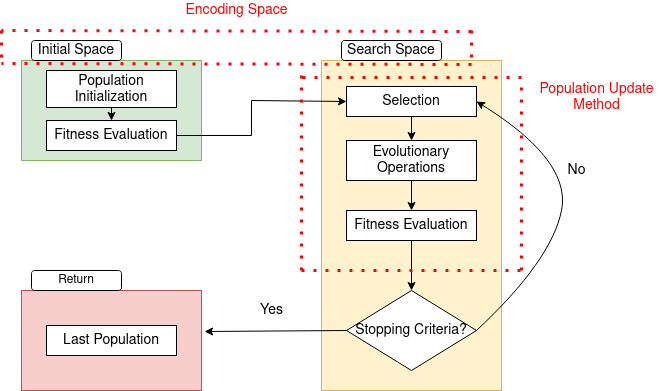
duclos-cavalcanti/tum-msei-seminar keeps this draw.io diagram as paper/evol.png. Above is the earlier version. Source tidied: cells renumbered, new cells last; positions are measured from the earlier drawing's top-left corner, leaving out a move shared by most shapes.
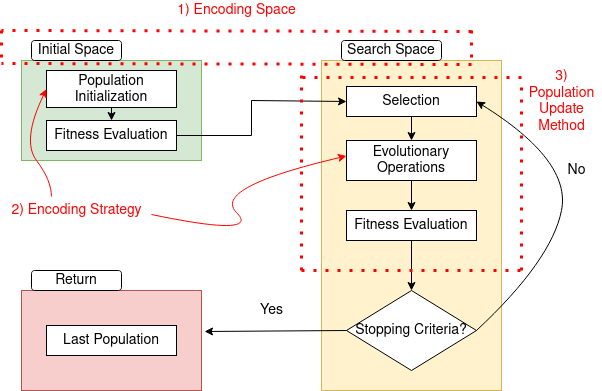
The same file after the commit.

What changed in the source:
```diff
@@ -37,7 +37,7 @@
     <mxCell id="11" value="&lt;font style=&quot;font-size: 14px;&quot;&gt;Search Space&lt;/font&gt;" style="rounded=1;whiteSpace=wrap;html=1;" parent="1" vertex="1">
       <mxGeometry x="340" y="40" width="100" height="20" as="geometry" />
     </mxCell>
-    <mxCell id="12" value="Return" style="rounded=1;whiteSpace=wrap;html=1;" parent="1" vertex="1">
+    <mxCell id="12" value="&lt;font style=&quot;font-size: 14px;&quot;&gt;Return&lt;/font&gt;" style="rounded=1;whiteSpace=wrap;html=1;" parent="1" vertex="1">
       <mxGeometry x="30" y="270" width="90" height="20" as="geometry" />
     </mxCell>
     <mxCell id="13" value="&lt;font style=&quot;font-size: 14px;&quot;&gt;Evolutionary Operations&lt;/font&gt;" style="rounded=0;whiteSpace=wrap;html=1;" parent="1" vertex="1">
@@ -102,8 +102,8 @@
         <mxPoint x="520" y="80" as="targetPoint" />
       </mxGeometry>
     </mxCell>
-    <mxCell id="28" value="&lt;div&gt;&lt;font color=&quot;#FF0000&quot;&gt;Population Update&lt;/font&gt;&lt;/div&gt;&lt;div&gt;&lt;font color=&quot;#FF0000&quot;&gt;Method&lt;br&gt;&lt;/font&gt;&lt;/div&gt;" style="text;html=1;align=center;verticalAlign=middle;strokeColor=none;fillColor=none;fontSize=14;" parent="1" vertex="1">
-      <mxGeometry x="530" y="77" width="130" height="40" as="geometry" />
+    <mxCell id="28" value="&lt;font color=&quot;#FF0000&quot;&gt;3) &lt;/font&gt;&lt;br&gt;&lt;div&gt;&lt;font color=&quot;#FF0000&quot;&gt;Population &lt;br&gt;&lt;/font&gt;&lt;/div&gt;&lt;div&gt;&lt;font color=&quot;#FF0000&quot;&gt;Update&lt;/font&gt;&lt;/div&gt;&lt;div&gt;&lt;font color=&quot;#FF0000&quot;&gt;Method&lt;br&gt;&lt;/font&gt;&lt;/div&gt;" style="text;html=1;align=center;verticalAlign=middle;strokeColor=none;fillColor=none;fontSize=14;" parent="1" vertex="1">
+      <mxGeometry x="520" y="66" width="80" height="70" as="geometry" />
     </mxCell>
     <mxCell id="29" style="endArrow=none;dashed=1;html=1;dashPattern=1 3;strokeWidth=3;rounded=0;fontSize=14;fillColor=#e51400;strokeColor=#FF0000;" parent="1" edge="1">
       <mxGeometry relative="1" as="geometry">
@@ -129,8 +129,28 @@
         <mxPoint x="470" y="60" as="targetPoint" />
       </mxGeometry>
     </mxCell>
-    <mxCell id="33" value="&lt;font color=&quot;#FF0000&quot;&gt;Encoding Space&lt;/font&gt;" style="text;html=1;align=center;verticalAlign=middle;strokeColor=none;fillColor=none;fontSize=14;" parent="1" vertex="1">
-      <mxGeometry x="175" width="120" height="20" as="geometry" />
+    <mxCell id="33" value="&lt;font color=&quot;#FF0000&quot;&gt;1) Encoding Space&lt;/font&gt;" style="text;html=1;align=center;verticalAlign=middle;strokeColor=none;fillColor=none;fontSize=14;" parent="1" vertex="1">
+      <mxGeometry x="170" width="130" height="20" as="geometry" />
     </mxCell>
+    <mxCell id="34" value="&lt;font color=&quot;#FF0000&quot;&gt;2) Encoding Strategy&lt;/font&gt;" style="text;html=1;align=center;verticalAlign=middle;points=[];strokeColor=none;fillColor=none;fontSize=14;" parent="1" vertex="1">
+      <mxGeometry y="200" width="150" height="20" as="geometry" />
+    </mxCell>
+    <mxCell id="35" style="curved=1;endArrow=classic;html=1;rounded=0;fontSize=14;fontColor=#FF0000;strokeColor=#FF0000;strokeWidth=1;exitX=0.333;exitY=-0.2;exitDx=0;exitDy=0;exitPerimeter=0;entryX=0;entryY=0.5;entryDx=0;entryDy=0;" parent="1" edge="1" source="34" target="5">
+      <mxGeometry relative="1" as="geometry">
+        <Array as="points">
+          <mxPoint x="50" y="180" />
+          <mxPoint x="20" y="140" />
+        </Array>
+      </mxGeometry>
+    </mxCell>
+    <mxCell id="36" style="curved=1;endArrow=classic;html=1;rounded=0;fontSize=14;fontColor=#FF0000;strokeColor=#FF0000;strokeWidth=1;exitX=1;exitY=0.7;exitDx=0;exitDy=0;exitPerimeter=0;entryX=0;entryY=0.5;entryDx=0;entryDy=0;" parent="1" edge="1" source="34">
+      <mxGeometry relative="1" as="geometry">
+        <mxPoint x="345" y="155.5" as="targetPoint" />
+        <Array as="points">
+          <mxPoint x="260" y="237" />
+          <mxPoint x="210" y="187" />
+        </Array>
+      </mxGeometry>
+    </mxCell>
   </root>
 </mxGraphModel>
```
